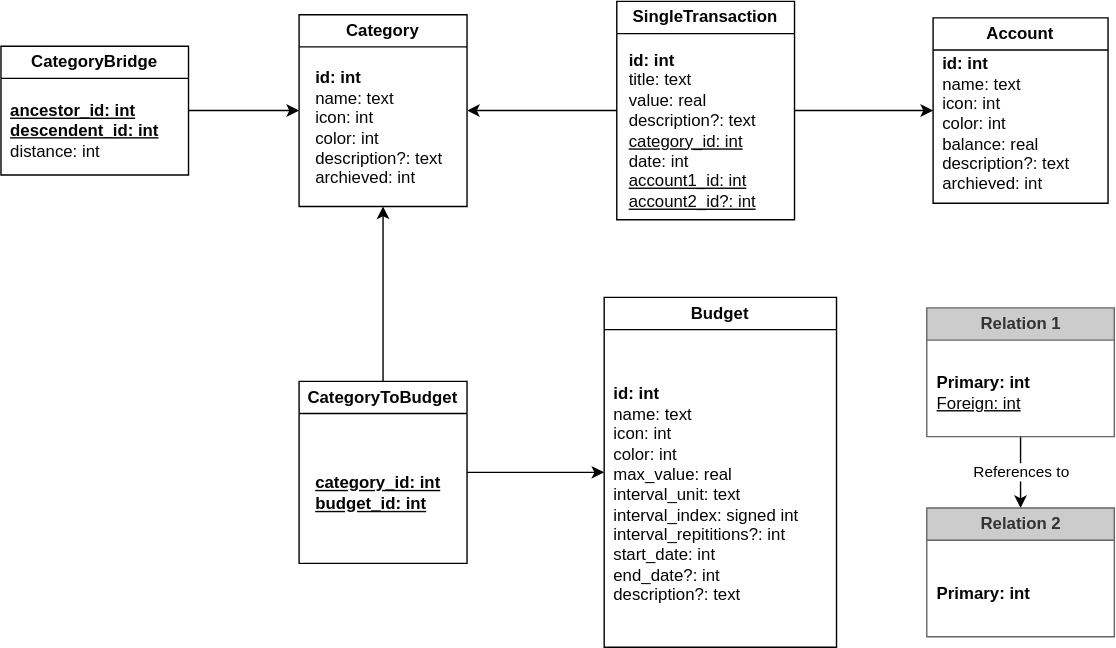
This is docs/dbv2.drawio.svg from budgetiser/budgetiser, a draw.io export, as it was before one commit. Source tidied: cells renumbered, new cells last; positions are measured from the earlier drawing's top-left corner, leaving out a move shared by most shapes.
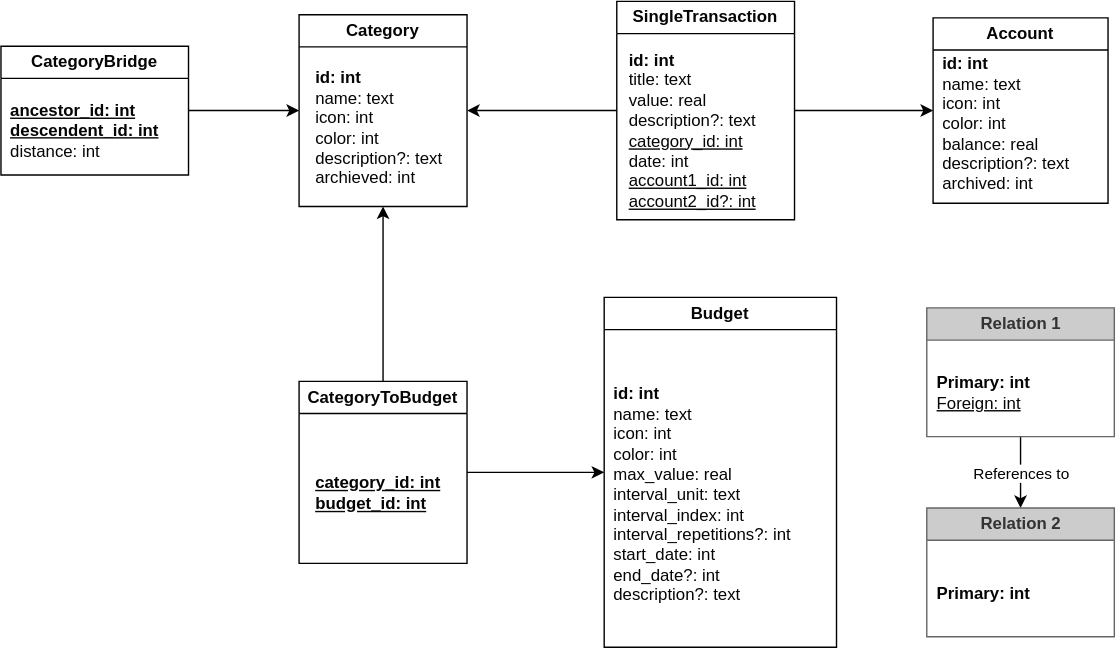
After the commit.

Diff of the diagram source:
```diff
@@ -14,7 +14,7 @@
     <mxCell id="5" value="Account" style="swimlane;whiteSpace=wrap;html=1;rounded=0;strokeColor=#000000;fontColor=#050505;labelBackgroundColor=none;fillColor=none;" parent="1" vertex="1">
       <mxGeometry x="666" y="12.2" width="125" height="132.5" as="geometry" />
     </mxCell>
-    <mxCell id="6" value="&lt;b&gt;id: int&lt;br&gt;&lt;/b&gt;name: text&lt;br&gt;icon: int&lt;br&gt;color: int&lt;br&gt;balance: real&lt;br&gt;description?: text&lt;br&gt;archieved: int" style="text;html=1;align=left;verticalAlign=middle;strokeColor=none;fillColor=none;rounded=0;fontColor=#050505;labelBackgroundColor=none;" parent="5" vertex="1">
+    <mxCell id="6" value="&lt;b&gt;id: int&lt;br&gt;&lt;/b&gt;name: text&lt;br&gt;icon: int&lt;br&gt;color: int&lt;br&gt;balance: real&lt;br&gt;description?: text&lt;br&gt;archived: int" style="text;html=1;align=left;verticalAlign=middle;strokeColor=none;fillColor=none;rounded=0;fontColor=#050505;labelBackgroundColor=none;" parent="5" vertex="1">
       <mxGeometry x="5" y="19.5" width="109" height="113" as="geometry" />
     </mxCell>
     <mxCell id="7" value="Category" style="swimlane;whiteSpace=wrap;html=1;rounded=0;strokeColor=#000000;fontColor=#050505;labelBackgroundColor=none;fillColor=none;" parent="1" vertex="1">
@@ -26,8 +26,8 @@
     <mxCell id="9" value="Budget" style="swimlane;whiteSpace=wrap;html=1;rounded=0;labelBackgroundColor=none;labelBorderColor=none;gradientColor=none;fillColor=none;strokeColor=#000000;fontColor=#050505;" parent="1" vertex="1">
       <mxGeometry x="431" y="212" width="166" height="250" as="geometry" />
     </mxCell>
-    <mxCell id="10" value="&lt;b&gt;id: int&lt;br&gt;&lt;/b&gt;name: text&lt;br&gt;icon: int&lt;br&gt;color: int&lt;br&gt;max_value: real&lt;br&gt;interval_unit: text&lt;br&gt;interval_index: signed int&lt;br&gt;interval_repititions?: int&lt;br&gt;start_date: int&lt;br&gt;end_date?: int&amp;nbsp;&lt;br&gt;description?: text" style="text;html=1;align=left;verticalAlign=middle;strokeColor=none;fillColor=none;rounded=0;fontColor=#050505;labelBackgroundColor=none;" parent="9" vertex="1">
-      <mxGeometry x="5" y="56" width="150" height="170" as="geometry" />
+    <mxCell id="10" value="&lt;b&gt;id: int&lt;br&gt;&lt;/b&gt;name: text&lt;br&gt;icon: int&lt;br&gt;color: int&lt;br&gt;max_value: real&lt;br&gt;interval_unit: text&lt;br&gt;interval_index: int&lt;br&gt;interval_repetitions?: int&lt;br&gt;start_date: int&lt;br&gt;end_date?: int&amp;nbsp;&lt;br&gt;description?: text" style="text;html=1;align=left;verticalAlign=middle;strokeColor=none;fillColor=none;rounded=0;fontColor=#050505;labelBackgroundColor=none;" parent="9" vertex="1">
+      <mxGeometry x="5" y="56" width="145" height="170" as="geometry" />
     </mxCell>
     <mxCell id="11" style="edgeStyle=none;html=1;entryX=0.5;entryY=1;entryDx=0;entryDy=0;rounded=0;strokeColor=#000000;fontColor=#050505;labelBackgroundColor=none;exitX=0.5;exitY=0;exitDx=0;exitDy=0;" parent="1" edge="1" source="13" target="7">
       <mxGeometry relative="1" as="geometry" />
```
